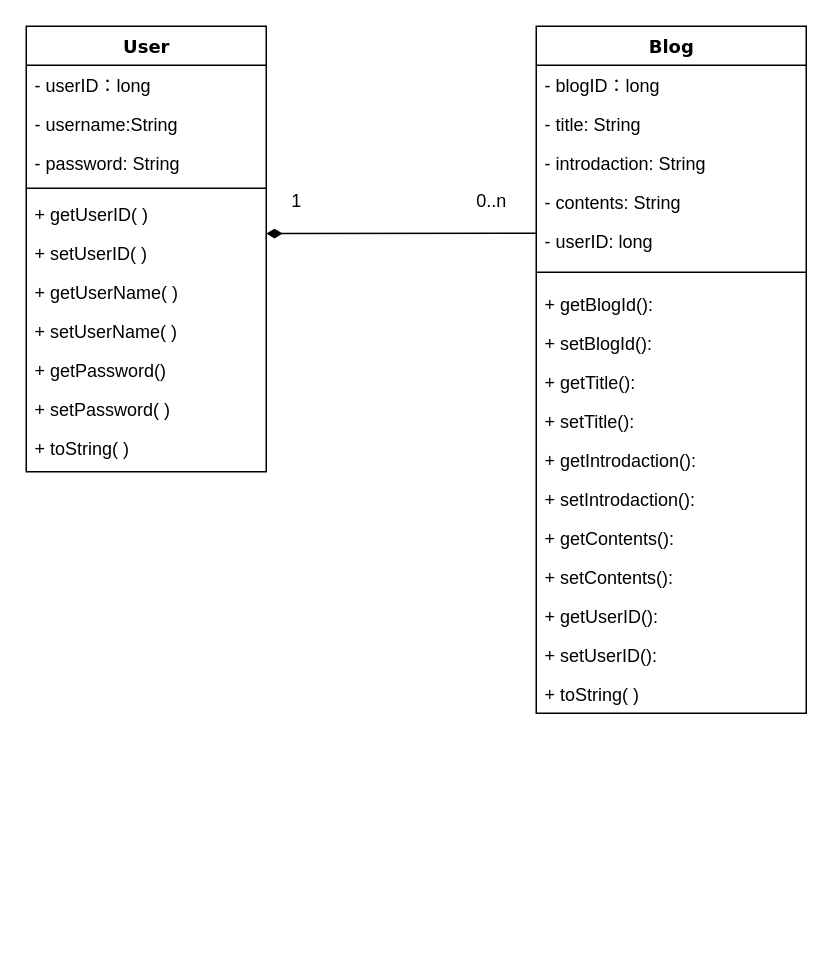
liutianqiltq/liutianqiblog keeps this draw.io diagram as class.drawio. Above is the earlier version. Source tidied: cells renumbered, new cells numbered last; positions are measured from the earlier drawing's top-left corner, leaving out a move shared by most shapes. Both pictures are drawn from the tidied source at 150%, with x=0, y=0 at pixel (26, 26).
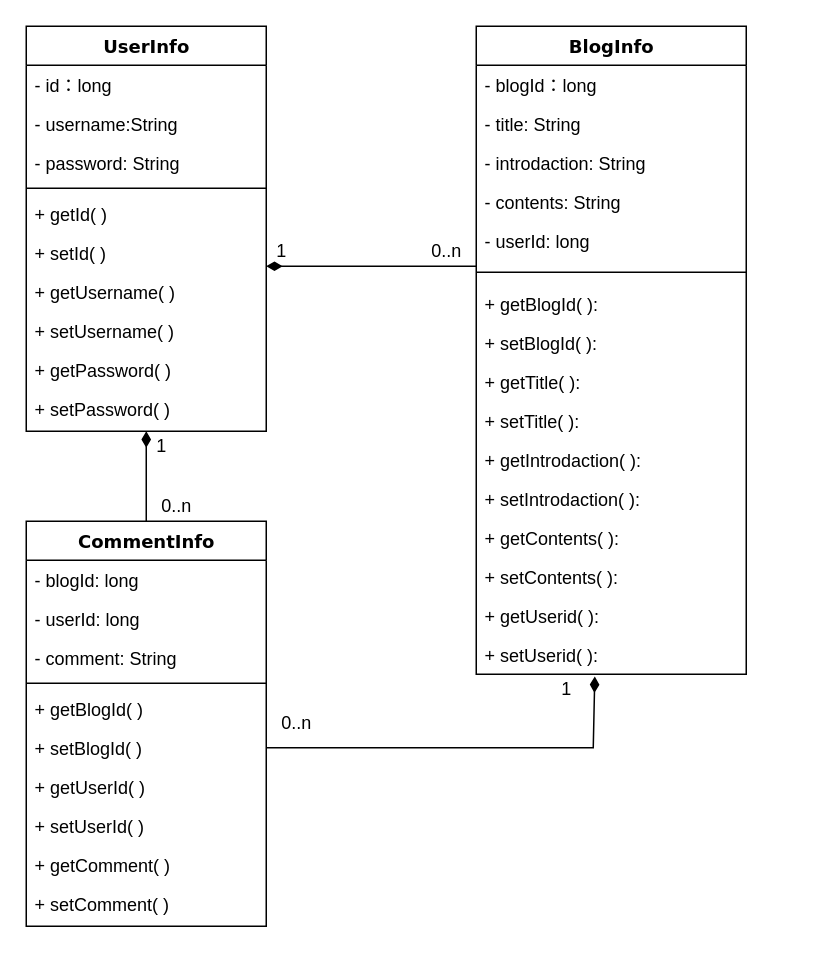
Above is the later version.

The edit, as a diff of the source:
```diff
@@
-    <mxCell id="2" value="User" style="swimlane;html=1;fontStyle=1;align=center;verticalAlign=top;horizontal=1;startSize=26;swimlaneFillColor=#ffffff;rounded=0;shadow=0;comic=0;labelBackgroundColor=none;strokeWidth=1;fillColor=none;fontFamily=Verdana;fontSize=12;" parent="1" vertex="1">
-      <mxGeometry width="160" height="297" as="geometry" />
+    <mxCell id="2" value="UserInfo" style="swimlane;html=1;fontStyle=1;align=center;verticalAlign=top;horizontal=1;startSize=26;swimlaneFillColor=#ffffff;rounded=0;shadow=0;comic=0;labelBackgroundColor=none;strokeWidth=1;fillColor=none;fontFamily=Verdana;fontSize=12;" parent="1" vertex="1">
+      <mxGeometry width="160" height="270" as="geometry" />
     </mxCell>
-    <mxCell id="3" value="- userID：long" style="text;html=1;strokeColor=none;fillColor=none;align=left;verticalAlign=top;spacingLeft=4;spacingRight=4;whiteSpace=wrap;overflow=hidden;" parent="2" vertex="1">
+    <mxCell id="3" value="- id：long" style="text;html=1;strokeColor=none;fillColor=none;align=left;verticalAlign=top;spacingLeft=4;spacingRight=4;whiteSpace=wrap;overflow=hidden;" parent="2" vertex="1">
       <mxGeometry y="26" width="160" height="26" as="geometry" />
     </mxCell>
@@
-    <mxCell id="7" value="+ getUserID( )" style="text;html=1;strokeColor=none;fillColor=none;align=left;verticalAlign=top;spacingLeft=4;spacingRight=4;whiteSpace=wrap;overflow=hidden;" parent="2" vertex="1">
+    <mxCell id="7" value="+ getId( )" style="text;html=1;strokeColor=none;fillColor=none;align=left;verticalAlign=top;spacingLeft=4;spacingRight=4;whiteSpace=wrap;overflow=hidden;" parent="2" vertex="1">
       <mxGeometry y="112" width="160" height="26" as="geometry" />
     </mxCell>
-    <mxCell id="8" value="+ setUserID( )" style="text;html=1;strokeColor=none;fillColor=none;align=left;verticalAlign=top;spacingLeft=4;spacingRight=4;whiteSpace=wrap;overflow=hidden;" parent="2" vertex="1">
+    <mxCell id="8" value="+ setId( )" style="text;html=1;strokeColor=none;fillColor=none;align=left;verticalAlign=top;spacingLeft=4;spacingRight=4;whiteSpace=wrap;overflow=hidden;" parent="2" vertex="1">
       <mxGeometry y="138" width="160" height="26" as="geometry" />
     </mxCell>
-    <mxCell id="9" value="+ getUserName( )" style="text;html=1;strokeColor=none;fillColor=none;align=left;verticalAlign=top;spacingLeft=4;spacingRight=4;whiteSpace=wrap;overflow=hidden;" parent="2" vertex="1">
+    <mxCell id="9" value="+ getUsername( )" style="text;html=1;strokeColor=none;fillColor=none;align=left;verticalAlign=top;spacingLeft=4;spacingRight=4;whiteSpace=wrap;overflow=hidden;" parent="2" vertex="1">
       <mxGeometry y="164" width="160" height="26" as="geometry" />
     </mxCell>
-    <mxCell id="10" value="+ setUserName( )" style="text;html=1;strokeColor=none;fillColor=none;align=left;verticalAlign=top;spacingLeft=4;spacingRight=4;whiteSpace=wrap;overflow=hidden;" parent="2" vertex="1">
+    <mxCell id="10" value="+ setUsername( )" style="text;html=1;strokeColor=none;fillColor=none;align=left;verticalAlign=top;spacingLeft=4;spacingRight=4;whiteSpace=wrap;overflow=hidden;" parent="2" vertex="1">
       <mxGeometry y="190" width="160" height="26" as="geometry" />
     </mxCell>
-    <mxCell id="11" value="+ getPassword()" style="text;html=1;strokeColor=none;fillColor=none;align=left;verticalAlign=top;spacingLeft=4;spacingRight=4;whiteSpace=wrap;overflow=hidden;" parent="2" vertex="1">
+    <mxCell id="11" value="+ getPassword( )" style="text;html=1;strokeColor=none;fillColor=none;align=left;verticalAlign=top;spacingLeft=4;spacingRight=4;whiteSpace=wrap;overflow=hidden;" parent="2" vertex="1">
       <mxGeometry y="216" width="160" height="26" as="geometry" />
     </mxCell>
@@
-    <mxCell id="13" value="+ toString( )" style="text;html=1;strokeColor=none;fillColor=none;align=left;verticalAlign=top;spacingLeft=4;spacingRight=4;whiteSpace=wrap;overflow=hidden;" parent="2" vertex="1">
-      <mxGeometry y="268" width="160" height="26" as="geometry" />
-    </mxCell>
-    <mxCell id="14" value="Blog" style="swimlane;html=1;fontStyle=1;align=center;verticalAlign=top;horizontal=1;startSize=26;swimlaneFillColor=#ffffff;rounded=0;shadow=0;comic=0;labelBackgroundColor=none;strokeWidth=1;fillColor=none;fontFamily=Verdana;fontSize=12;" parent="1" vertex="1">
-      <mxGeometry x="340" width="180" height="458" as="geometry" />
+    <mxCell id="14" value="BlogInfo" style="swimlane;html=1;fontStyle=1;align=center;verticalAlign=top;horizontal=1;startSize=26;swimlaneFillColor=#ffffff;rounded=0;shadow=0;comic=0;labelBackgroundColor=none;strokeWidth=1;fillColor=none;fontFamily=Verdana;fontSize=12;" parent="1" vertex="1">
+      <mxGeometry x="300" width="180" height="432" as="geometry" />
     </mxCell>
-    <mxCell id="15" value="- blogID：long" style="text;html=1;strokeColor=none;fillColor=none;align=left;verticalAlign=top;spacingLeft=4;spacingRight=4;whiteSpace=wrap;overflow=hidden;" parent="14" vertex="1">
+    <mxCell id="15" value="- blogId：long" style="text;html=1;strokeColor=none;fillColor=none;align=left;verticalAlign=top;spacingLeft=4;spacingRight=4;whiteSpace=wrap;overflow=hidden;" parent="14" vertex="1">
       <mxGeometry y="26" width="180" height="26" as="geometry" />
     </mxCell>
@@
-    <mxCell id="19" value="- userID: long" style="text;html=1;strokeColor=none;fillColor=none;align=left;verticalAlign=top;spacingLeft=4;spacingRight=4;whiteSpace=wrap;overflow=hidden;" parent="14" vertex="1">
+    <mxCell id="19" value="- userId: long" style="text;html=1;strokeColor=none;fillColor=none;align=left;verticalAlign=top;spacingLeft=4;spacingRight=4;whiteSpace=wrap;overflow=hidden;" parent="14" vertex="1">
       <mxGeometry y="130" width="180" height="26" as="geometry" />
     </mxCell>
@@
-    <mxCell id="21" value="+ getBlogId():&amp;nbsp;" style="text;html=1;strokeColor=none;fillColor=none;align=left;verticalAlign=top;spacingLeft=4;spacingRight=4;whiteSpace=wrap;overflow=hidden;" parent="14" vertex="1">
+    <mxCell id="21" value="+ getBlogId( ):&amp;nbsp;" style="text;html=1;strokeColor=none;fillColor=none;align=left;verticalAlign=top;spacingLeft=4;spacingRight=4;whiteSpace=wrap;overflow=hidden;" parent="14" vertex="1">
       <mxGeometry y="172" width="180" height="26" as="geometry" />
     </mxCell>
-    <mxCell id="22" value="+ setBlogId():" style="text;html=1;strokeColor=none;fillColor=none;align=left;verticalAlign=top;spacingLeft=4;spacingRight=4;whiteSpace=wrap;overflow=hidden;" parent="14" vertex="1">
+    <mxCell id="22" value="+ setBlogId( ):" style="text;html=1;strokeColor=none;fillColor=none;align=left;verticalAlign=top;spacingLeft=4;spacingRight=4;whiteSpace=wrap;overflow=hidden;" parent="14" vertex="1">
       <mxGeometry y="198" width="180" height="26" as="geometry" />
     </mxCell>
-    <mxCell id="23" value="+ getTitle():" style="text;html=1;strokeColor=none;fillColor=none;align=left;verticalAlign=top;spacingLeft=4;spacingRight=4;whiteSpace=wrap;overflow=hidden;" parent="14" vertex="1">
+    <mxCell id="23" value="+ getTitle( ):" style="text;html=1;strokeColor=none;fillColor=none;align=left;verticalAlign=top;spacingLeft=4;spacingRight=4;whiteSpace=wrap;overflow=hidden;" parent="14" vertex="1">
       <mxGeometry y="224" width="180" height="26" as="geometry" />
     </mxCell>
-    <mxCell id="24" value="+ setTitle():" style="text;html=1;strokeColor=none;fillColor=none;align=left;verticalAlign=top;spacingLeft=4;spacingRight=4;whiteSpace=wrap;overflow=hidden;" parent="14" vertex="1">
+    <mxCell id="24" value="+ setTitle( ):" style="text;html=1;strokeColor=none;fillColor=none;align=left;verticalAlign=top;spacingLeft=4;spacingRight=4;whiteSpace=wrap;overflow=hidden;" parent="14" vertex="1">
       <mxGeometry y="250" width="180" height="26" as="geometry" />
     </mxCell>
-    <mxCell id="25" value="+ getIntrodaction():" style="text;html=1;strokeColor=none;fillColor=none;align=left;verticalAlign=top;spacingLeft=4;spacingRight=4;whiteSpace=wrap;overflow=hidden;" parent="14" vertex="1">
+    <mxCell id="25" value="+ getIntrodaction( ):" style="text;html=1;strokeColor=none;fillColor=none;align=left;verticalAlign=top;spacingLeft=4;spacingRight=4;whiteSpace=wrap;overflow=hidden;" parent="14" vertex="1">
       <mxGeometry y="276" width="180" height="26" as="geometry" />
     </mxCell>
-    <mxCell id="26" value="+ setIntrodaction():" style="text;html=1;strokeColor=none;fillColor=none;align=left;verticalAlign=top;spacingLeft=4;spacingRight=4;whiteSpace=wrap;overflow=hidden;" parent="14" vertex="1">
+    <mxCell id="26" value="+ setIntrodaction( ):" style="text;html=1;strokeColor=none;fillColor=none;align=left;verticalAlign=top;spacingLeft=4;spacingRight=4;whiteSpace=wrap;overflow=hidden;" parent="14" vertex="1">
       <mxGeometry y="302" width="180" height="26" as="geometry" />
     </mxCell>
-    <mxCell id="27" value="+ getContents():" style="text;html=1;strokeColor=none;fillColor=none;align=left;verticalAlign=top;spacingLeft=4;spacingRight=4;whiteSpace=wrap;overflow=hidden;" parent="14" vertex="1">
+    <mxCell id="27" value="+ getContents( ):" style="text;html=1;strokeColor=none;fillColor=none;align=left;verticalAlign=top;spacingLeft=4;spacingRight=4;whiteSpace=wrap;overflow=hidden;" parent="14" vertex="1">
       <mxGeometry y="328" width="180" height="26" as="geometry" />
     </mxCell>
-    <mxCell id="28" value="+ setContents():" style="text;html=1;strokeColor=none;fillColor=none;align=left;verticalAlign=top;spacingLeft=4;spacingRight=4;whiteSpace=wrap;overflow=hidden;" parent="14" vertex="1">
+    <mxCell id="28" value="+ setContents( ):" style="text;html=1;strokeColor=none;fillColor=none;align=left;verticalAlign=top;spacingLeft=4;spacingRight=4;whiteSpace=wrap;overflow=hidden;" parent="14" vertex="1">
       <mxGeometry y="354" width="180" height="26" as="geometry" />
     </mxCell>
-    <mxCell id="29" value="+ getUserID():" style="text;html=1;strokeColor=none;fillColor=none;align=left;verticalAlign=top;spacingLeft=4;spacingRight=4;whiteSpace=wrap;overflow=hidden;" parent="14" vertex="1">
+    <mxCell id="29" value="+ getUserid( ):" style="text;html=1;strokeColor=none;fillColor=none;align=left;verticalAlign=top;spacingLeft=4;spacingRight=4;whiteSpace=wrap;overflow=hidden;" parent="14" vertex="1">
       <mxGeometry y="380" width="180" height="26" as="geometry" />
     </mxCell>
-    <mxCell id="30" value="+ setUserID():" style="text;html=1;strokeColor=none;fillColor=none;align=left;verticalAlign=top;spacingLeft=4;spacingRight=4;whiteSpace=wrap;overflow=hidden;points=[[0,0.5],[1,0.5]];portConstraint=eastwest;" parent="14" vertex="1">
+    <mxCell id="30" value="+ setUserid( ):" style="text;html=1;strokeColor=none;fillColor=none;align=left;verticalAlign=top;spacingLeft=4;spacingRight=4;whiteSpace=wrap;overflow=hidden;points=[[0,0.5],[1,0.5]];portConstraint=eastwest;" parent="14" vertex="1">
       <mxGeometry y="406" width="180" height="26" as="geometry" />
     </mxCell>
-    <mxCell id="31" value="+ toString( )" style="text;html=1;strokeColor=none;fillColor=none;align=left;verticalAlign=top;spacingLeft=4;spacingRight=4;whiteSpace=wrap;overflow=hidden;" parent="14" vertex="1">
-      <mxGeometry y="432" width="180" height="26" as="geometry" />
-    </mxCell>
     <mxCell id="32" style="endArrow=none;startArrow=diamondThin;endFill=0;startFill=1;html=1;verticalAlign=bottom;labelBackgroundColor=none;strokeWidth=1;startSize=8;endSize=8;rounded=0;" parent="1" edge="1">
       <mxGeometry relative="1" as="geometry">
-        <mxPoint x="160" y="138.2" as="sourcePoint" />
-        <mxPoint x="340" y="138" as="targetPoint" />
+        <mxPoint x="160" y="160" as="sourcePoint" />
+        <mxPoint x="300" y="160" as="targetPoint" />
       </mxGeometry>
     </mxCell>
     <mxCell id="33" value="1" style="text;html=1;align=center;verticalAlign=middle;fillColor=none;strokeColor=none;rounded=0;" parent="1" vertex="1">
-      <mxGeometry x="170" y="107" width="20" height="20" as="geometry" />
+      <mxGeometry x="160" y="140" width="20" height="20" as="geometry" />
     </mxCell>
     <mxCell id="34" value="0..n" style="text;html=1;align=center;verticalAlign=middle;fillColor=none;strokeColor=none;rounded=0;" parent="1" vertex="1">
-      <mxGeometry x="290" y="107" width="40" height="20" as="geometry" />
+      <mxGeometry x="260" y="140" width="40" height="20" as="geometry" />
     </mxCell>
+    <mxCell id="35" value="CommentInfo" style="swimlane;html=1;fontStyle=1;align=center;verticalAlign=top;horizontal=1;startSize=26;swimlaneFillColor=#ffffff;rounded=0;shadow=0;comic=0;labelBackgroundColor=none;strokeWidth=1;fillColor=none;fontFamily=Verdana;fontSize=12;" parent="1" vertex="1">
+      <mxGeometry y="330" width="160" height="270" as="geometry" />
+    </mxCell>
+    <mxCell id="36" value="- blogId: long" style="text;html=1;strokeColor=none;fillColor=none;align=left;verticalAlign=top;spacingLeft=4;spacingRight=4;whiteSpace=wrap;overflow=hidden;" parent="35" vertex="1">
+      <mxGeometry y="26" width="160" height="26" as="geometry" />
+    </mxCell>
+    <mxCell id="37" value="- userId: long&amp;nbsp;" style="text;html=1;strokeColor=none;fillColor=none;align=left;verticalAlign=top;spacingLeft=4;spacingRight=4;whiteSpace=wrap;overflow=hidden;" parent="35" vertex="1">
+      <mxGeometry y="52" width="160" height="26" as="geometry" />
+    </mxCell>
+    <mxCell id="38" value="- comment: String" style="text;html=1;strokeColor=none;fillColor=none;align=left;verticalAlign=top;spacingLeft=4;spacingRight=4;whiteSpace=wrap;overflow=hidden;" parent="35" vertex="1">
+      <mxGeometry y="78" width="160" height="26" as="geometry" />
+    </mxCell>
+    <mxCell id="39" style="line;html=1;strokeWidth=1;fillColor=none;align=left;verticalAlign=middle;spacingTop=-1;spacingLeft=3;spacingRight=3;labelPosition=right;" parent="35" vertex="1">
+      <mxGeometry y="104" width="160" height="8" as="geometry" />
+    </mxCell>
+    <mxCell id="40" value="+ getBlogId( )" style="text;html=1;strokeColor=none;fillColor=none;align=left;verticalAlign=top;spacingLeft=4;spacingRight=4;whiteSpace=wrap;overflow=hidden;" parent="35" vertex="1">
+      <mxGeometry y="112" width="160" height="26" as="geometry" />
+    </mxCell>
+    <mxCell id="41" value="+ setBlogId( )" style="text;html=1;strokeColor=none;fillColor=none;align=left;verticalAlign=top;spacingLeft=4;spacingRight=4;whiteSpace=wrap;overflow=hidden;points=[[0,0.5],[1,0.5]];portConstraint=eastwest;" parent="35" vertex="1">
+      <mxGeometry y="138" width="160" height="26" as="geometry" />
+    </mxCell>
+    <mxCell id="42" value="+ getUserId( )" style="text;html=1;strokeColor=none;fillColor=none;align=left;verticalAlign=top;spacingLeft=4;spacingRight=4;whiteSpace=wrap;overflow=hidden;" parent="35" vertex="1">
+      <mxGeometry y="164" width="160" height="26" as="geometry" />
+    </mxCell>
+    <mxCell id="43" value="+ setUserId( )" style="text;html=1;strokeColor=none;fillColor=none;align=left;verticalAlign=top;spacingLeft=4;spacingRight=4;whiteSpace=wrap;overflow=hidden;" parent="35" vertex="1">
+      <mxGeometry y="190" width="160" height="26" as="geometry" />
+    </mxCell>
+    <mxCell id="44" value="+ getComment( )" style="text;html=1;strokeColor=none;fillColor=none;align=left;verticalAlign=top;spacingLeft=4;spacingRight=4;whiteSpace=wrap;overflow=hidden;" parent="35" vertex="1">
+      <mxGeometry y="216" width="160" height="26" as="geometry" />
+    </mxCell>
+    <mxCell id="45" value="+ setComment( )" style="text;html=1;strokeColor=none;fillColor=none;align=left;verticalAlign=top;spacingLeft=4;spacingRight=4;whiteSpace=wrap;overflow=hidden;" parent="35" vertex="1">
+      <mxGeometry y="242" width="160" height="26" as="geometry" />
+    </mxCell>
+    <mxCell id="46" style="endArrow=none;startArrow=diamondThin;endFill=0;startFill=1;html=1;verticalAlign=bottom;labelBackgroundColor=none;strokeWidth=1;startSize=8;endSize=8;rounded=0;entryX=0.5;entryY=0;entryDx=0;entryDy=0;exitX=0.5;exitY=1;exitDx=0;exitDy=0;" parent="1" edge="1" source="2" target="35">
+      <mxGeometry relative="1" as="geometry" />
+    </mxCell>
+    <mxCell id="47" value="1" style="text;html=1;align=center;verticalAlign=middle;fillColor=none;strokeColor=none;rounded=0;" parent="1" vertex="1">
+      <mxGeometry x="80" y="270" width="20" height="20" as="geometry" />
+    </mxCell>
+    <mxCell id="48" value="0..n" style="text;html=1;align=center;verticalAlign=middle;fillColor=none;strokeColor=none;rounded=0;" parent="1" vertex="1">
+      <mxGeometry x="80" y="310" width="40" height="20" as="geometry" />
+    </mxCell>
+    <mxCell id="49" style="endArrow=none;startArrow=diamondThin;endFill=0;startFill=1;html=1;verticalAlign=bottom;labelBackgroundColor=none;strokeWidth=1;startSize=8;endSize=8;rounded=0;entryX=1;entryY=0.5;entryDx=0;entryDy=0;exitX=0.439;exitY=1.056;exitDx=0;exitDy=0;exitPerimeter=0;" parent="1" edge="1" source="30" target="41">
+      <mxGeometry relative="1" as="geometry">
+        <Array as="points">
+          <mxPoint x="378" y="481" />
+        </Array>
+      </mxGeometry>
+    </mxCell>
+    <mxCell id="50" value="1" style="text;html=1;align=center;verticalAlign=middle;fillColor=none;strokeColor=none;rounded=0;" parent="1" vertex="1">
+      <mxGeometry x="350" y="432" width="20" height="20" as="geometry" />
+    </mxCell>
+    <mxCell id="51" value="0..n" style="text;html=1;align=center;verticalAlign=middle;fillColor=none;strokeColor=none;rounded=0;" parent="1" vertex="1">
+      <mxGeometry x="160" y="455" width="40" height="20" as="geometry" />
+    </mxCell>
```
